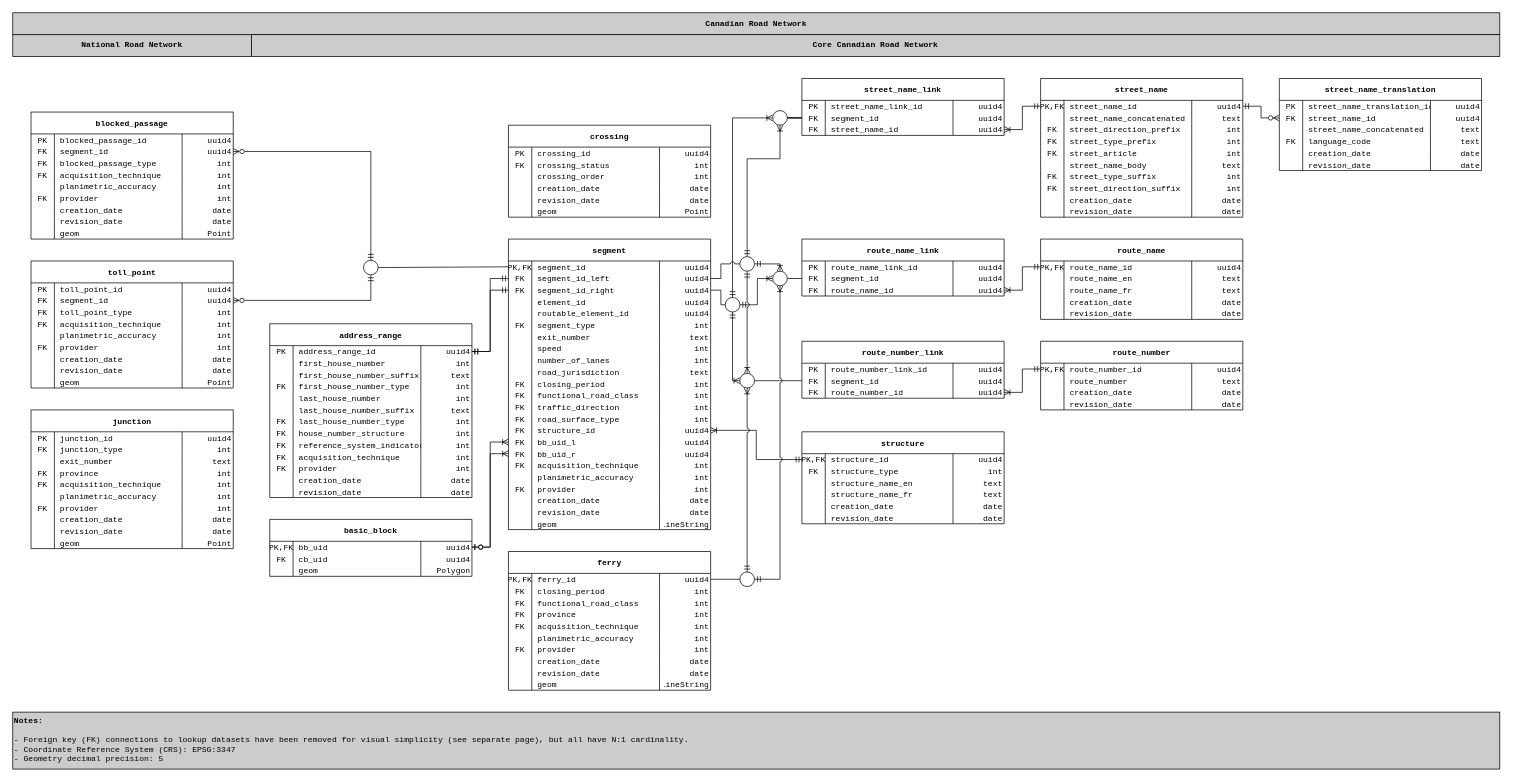
Before: page "primary_datasets" (1 of 2) of docs/source/_static/data_models/canadian_road_network/canadian_road_network.drawio in StatCan/egp-maintenance-tools, a draw.io diagram. Source tidied: cells renumbered, new cells numbered last; positions are measured from the earlier drawing's top-left corner, leaving out a move shared by most shapes. Both pictures are drawn from the tidied source at 73%, with x=0, y=0 at pixel (12, 12).
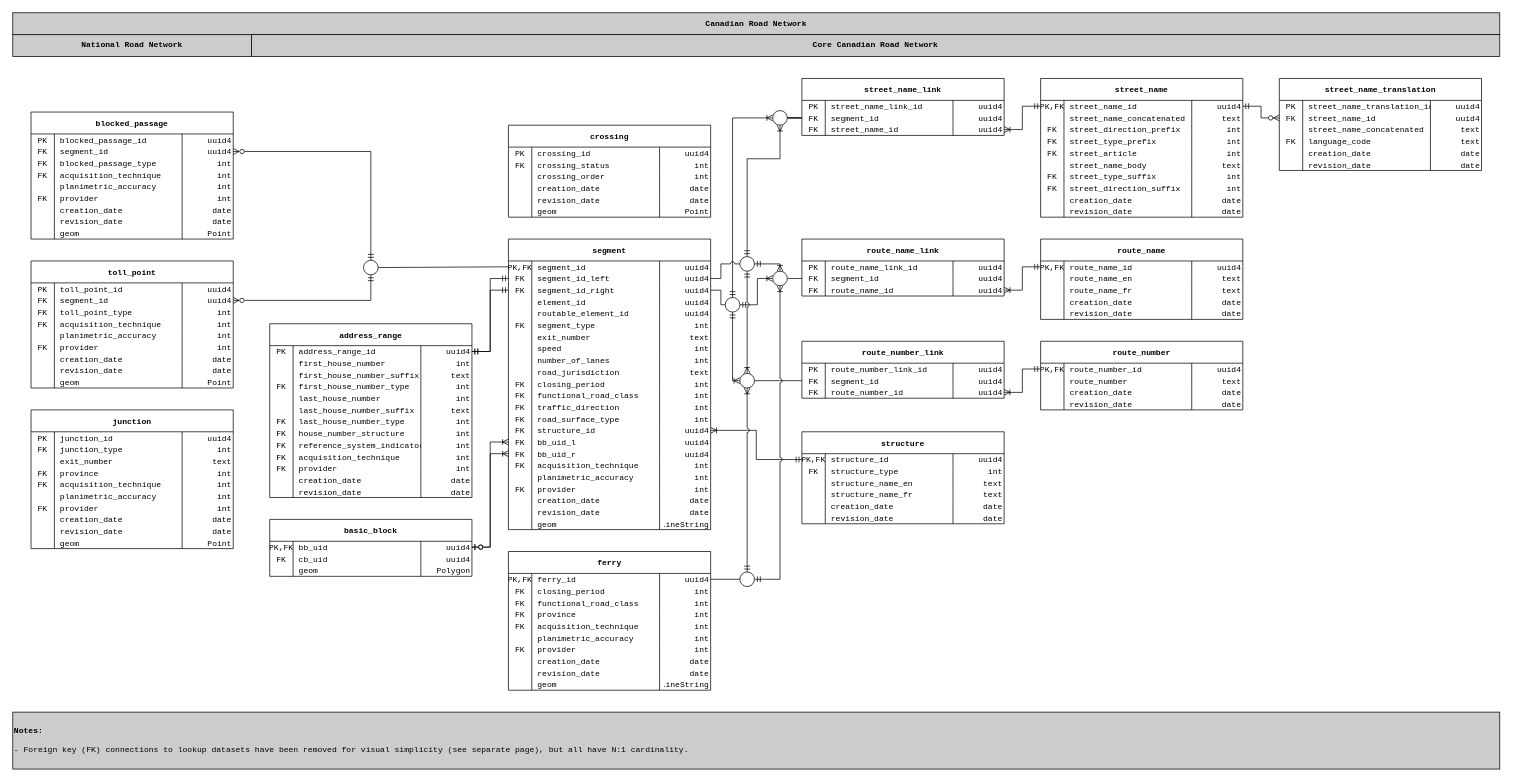
After the change.

What changed in the source:
```diff
@@
-    <mxCell id="489" value="Notes:&lt;br&gt;&lt;br&gt;&lt;span style=&quot;font-weight: normal;&quot;&gt;- Foreign key (FK) connections to lookup datasets have been removed for visual simplicity (see separate page), but all have N:1 cardinality.&lt;br&gt;- Coordinate Reference System (CRS): EPSG:3347&lt;br&gt;- Geometry decimal precision: 5&lt;br&gt;&lt;/span&gt;" style="rounded=0;whiteSpace=wrap;html=1;fontFamily=Consolas;fontSize=11;fontStyle=1;fillColor=#CCCCCC;align=left;" parent="1" vertex="1">
+    <mxCell id="489" value="Notes:&lt;br&gt;&lt;br&gt;&lt;span style=&quot;font-weight: normal;&quot;&gt;- Foreign key (FK) connections to lookup datasets have been removed for visual simplicity (see separate page), but all have N:1 cardinality.&lt;br&gt;&lt;/span&gt;" style="rounded=0;whiteSpace=wrap;html=1;fontFamily=Consolas;fontSize=11;fontStyle=1;fillColor=#CCCCCC;align=left;" parent="1" vertex="1">
       <mxGeometry y="958" width="2037" height="78" as="geometry" />
     </mxCell>
```
